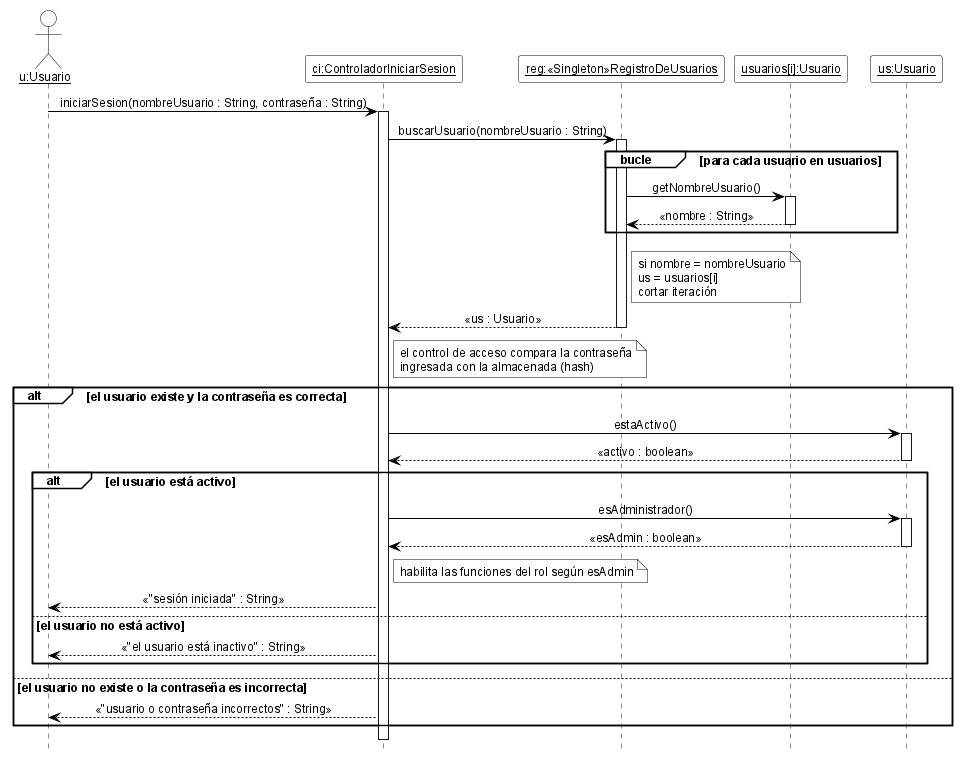
The PlantUML diagram 08-Diagrama De Secuencia/DSD_CU-01_iniciarSesion.png in cirotop/Stock-Project, before a commit.
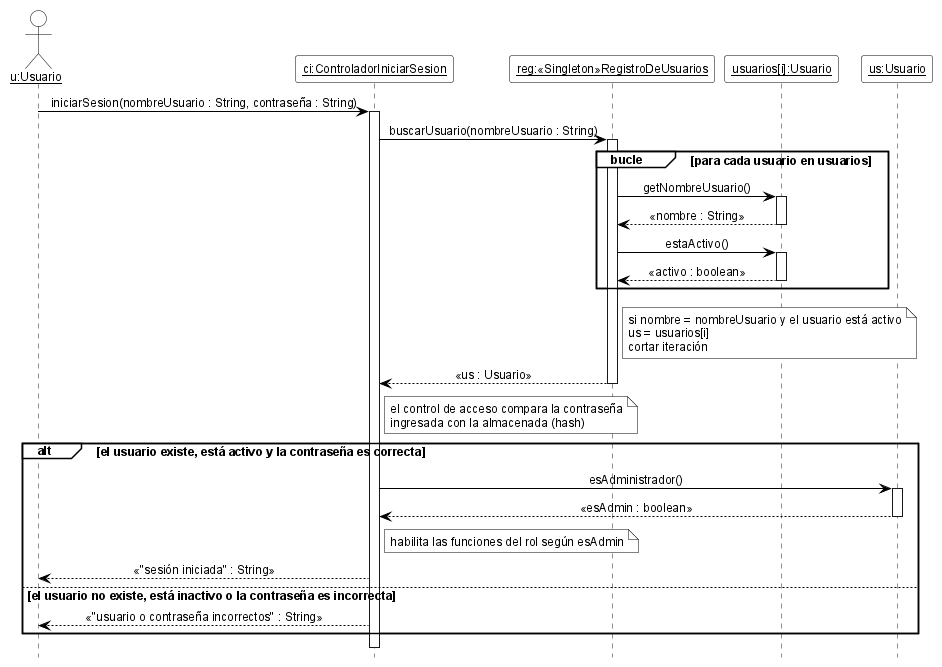
The same diagram one commit later.

Change to the diagram source:
```diff
@@ -30,26 +30,22 @@
 group bucle [para cada usuario en usuarios]
   reg -> ui ++ : getNombreUsuario()
   ui --> reg -- : «nombre : String»
+  reg -> ui ++ : estaActivo()
+  ui --> reg -- : «activo : boolean»
 end
 note right of reg
-  si nombre = nombreUsuario
+  si nombre = nombreUsuario y el usuario está activo
   us = usuarios[i]
   cortar iteración
 end note
 reg --> ci -- : «us : Usuario»
 note right of ci : el control de acceso compara la contraseña\ningresada con la almacenada (hash)
-alt el usuario existe y la contraseña es correcta
-  ci -> us ++ : estaActivo()
-  us --> ci -- : «activo : boolean»
-  alt el usuario está activo
-    ci -> us ++ : esAdministrador()
-    us --> ci -- : «esAdmin : boolean»
-    note right of ci : habilita las funciones del rol según esAdmin
-    ci --> u : «"sesión iniciada" : String»
-  else el usuario no está activo
-    ci --> u : «"el usuario está inactivo" : String»
-  end
-else el usuario no existe o la contraseña es incorrecta
+alt el usuario existe, está activo y la contraseña es correcta
+  ci -> us ++ : esAdministrador()
+  us --> ci -- : «esAdmin : boolean»
+  note right of ci : habilita las funciones del rol según esAdmin
+  ci --> u : «"sesión iniciada" : String»
+else el usuario no existe, está inactivo o la contraseña es incorrecta
   ci --> u : «"usuario o contraseña incorrectos" : String»
 end
 deactivate ci
```
